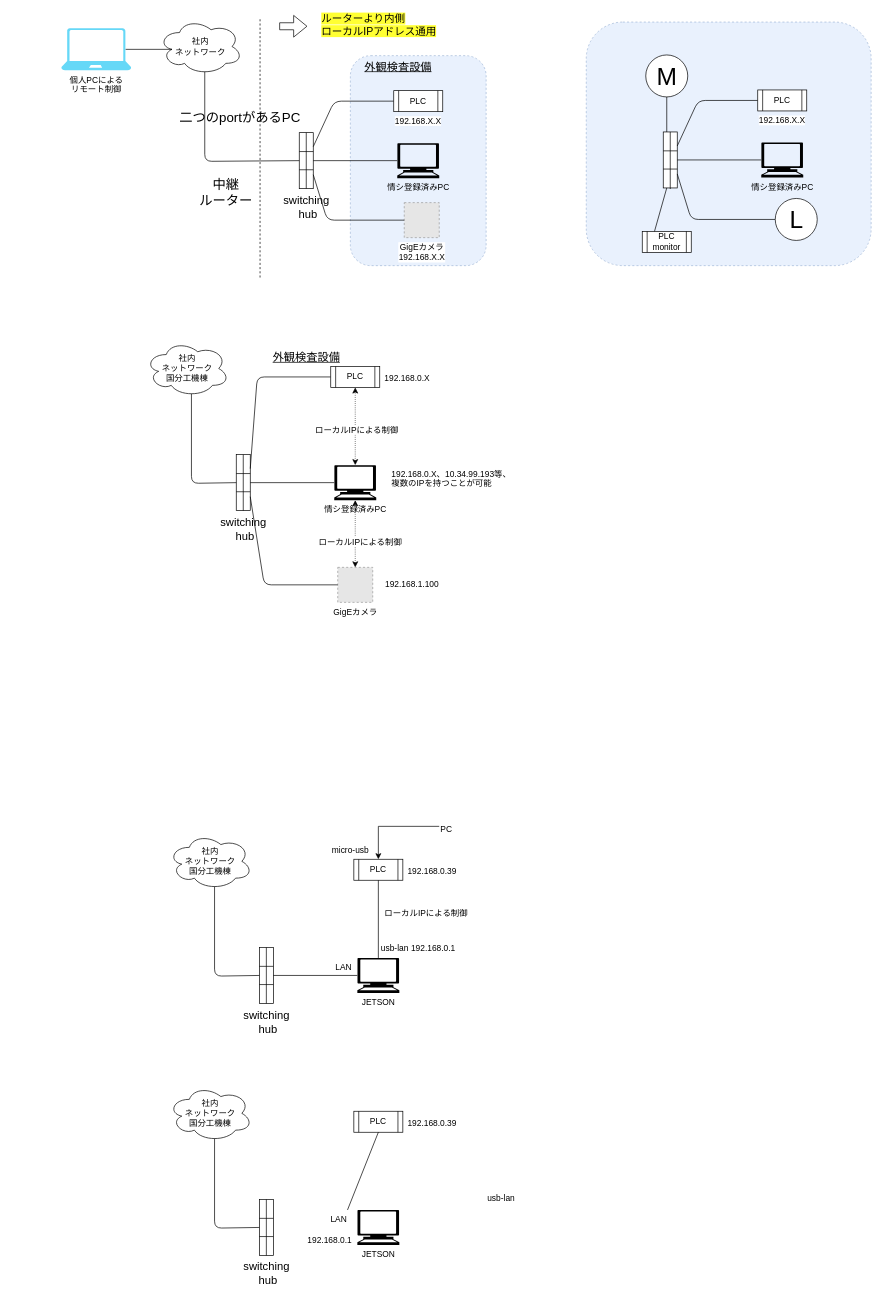
Earlier version of the draw.io diagram images/net.drawio (Flamingo-G/hello-world). Source tidied: cells renumbered, new cells numbered last; positions are measured from the earlier drawing's top-left corner, leaving out a move shared by most shapes. Both pictures are drawn from the tidied source at 70%, with x=0, y=0 at pixel (61, 14). Pictures stored in the file or linked from it are replaced by grey dashed boxes.
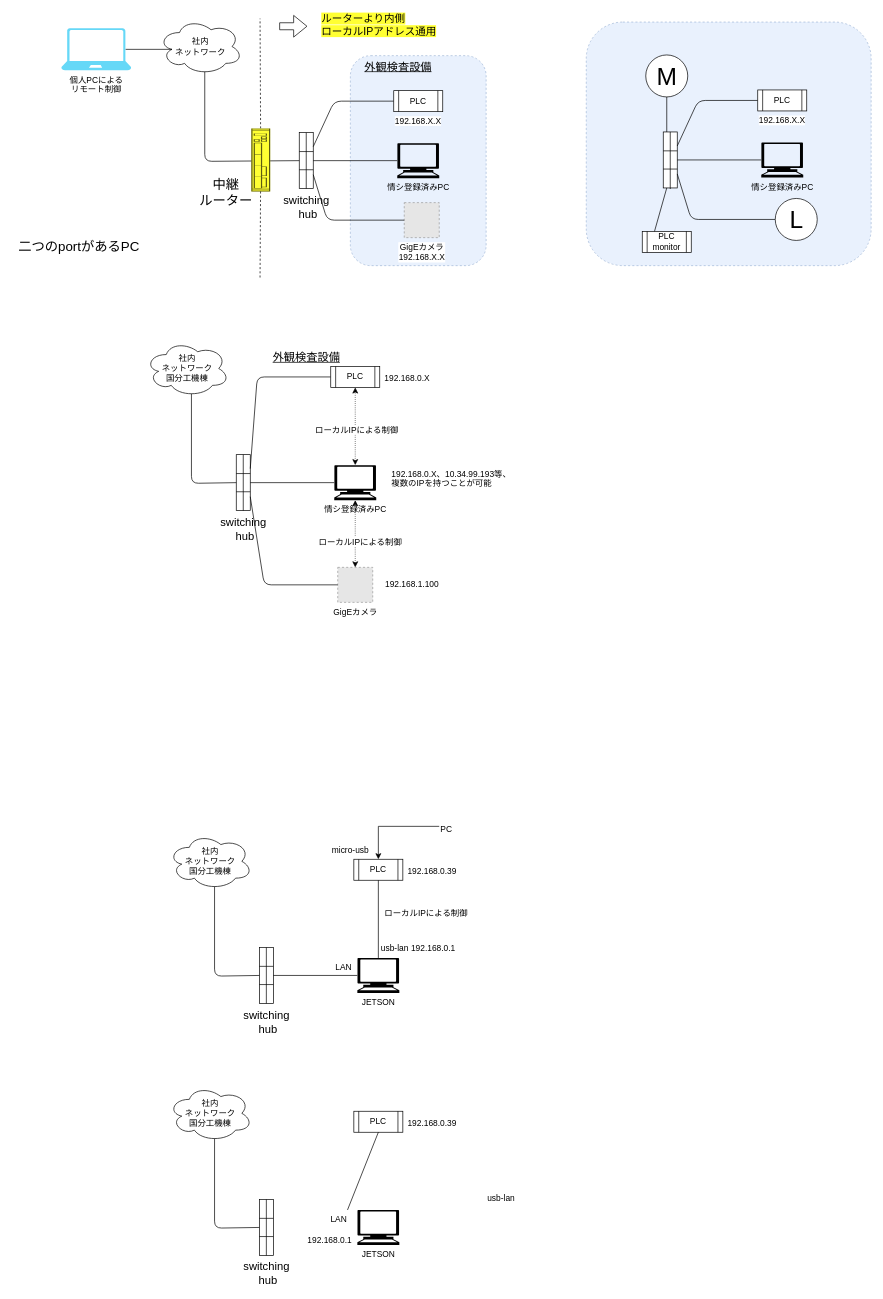
After the change.

Commit message:
net.drawio を更新します

What changed in the source:
```diff
@@
-    <mxCell id="21" style="endArrow=none;dashed=1;html=1;" parent="1" edge="1">
+    <mxCell id="21" style="endArrow=none;dashed=1;html=1;" parent="1" edge="1" source="88">
       <mxGeometry relative="1" as="geometry">
-        <mxPoint x="284" y="376" as="sourcePoint" />
         <mxPoint x="284" y="6" as="targetPoint" />
       </mxGeometry>
     </mxCell>
@@
     <mxCell id="72" value="&lt;span style=&quot;font-size: 19px&quot;&gt;二つのportがあるPC&lt;br&gt;&lt;/span&gt;" style="text;html=1;align=center;verticalAlign=middle;" parent="1" vertex="1">
-      <mxGeometry x="160" y="139" width="190" height="20" as="geometry" />
+      <mxGeometry x="-70" y="323" width="190" height="20" as="geometry" />
     </mxCell>
@@
+    <mxCell id="88" style="shape=mxgraph.rack.cisco.cisco_2901_integrated_services_router;html=1;labelPosition=right;align=left;spacingLeft=15;dashed=0;shadow=0;rotation=-90;fillColor=#FFFF33;" parent="1" vertex="1">
+      <mxGeometry x="240" y="194.5" width="90" height="27" as="geometry" />
+    </mxCell>
+    <mxCell id="89" style="endArrow=none;dashed=1;html=1;" parent="1" edge="1" target="88">
+      <mxGeometry relative="1" as="geometry">
+        <mxPoint x="284" y="376" as="sourcePoint" />
+      </mxGeometry>
+    </mxCell>
```
